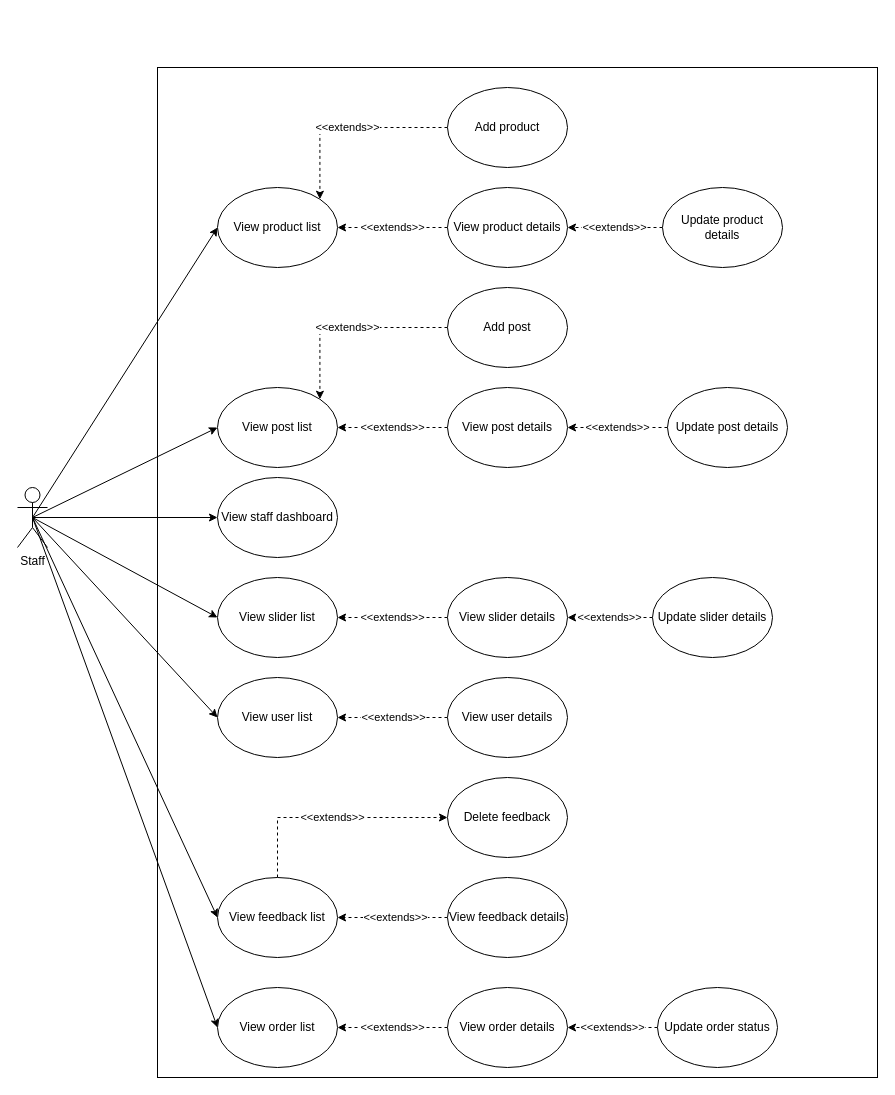
The draw.io diagram misc/diagram/actor/staff.drawio in WilliamBC24/ShoppingWebSolo, before the edit. Source tidied: cells renumbered, new cells numbered last; positions are measured from the earlier drawing's top-left corner, leaving out a move shared by most shapes. Both pictures are drawn from the tidied source at 100%, with x=0, y=0 at pixel (17, 67).
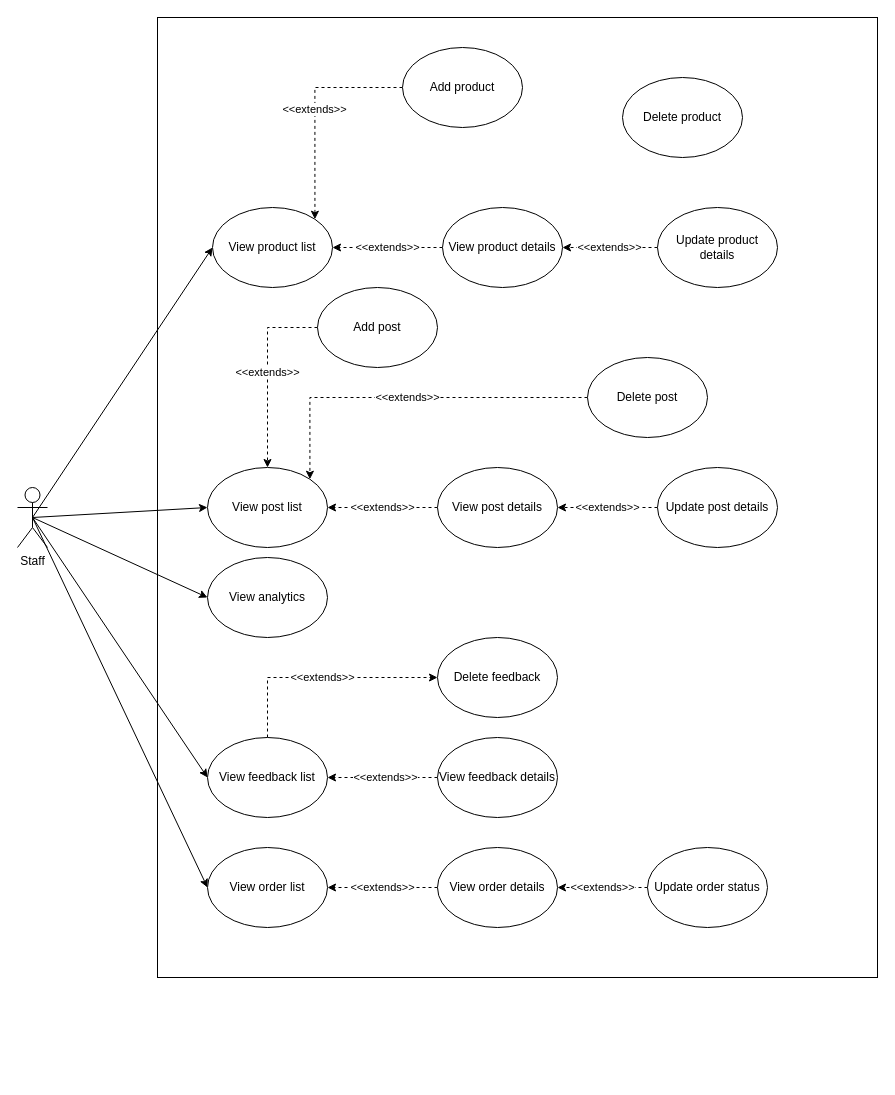
Above is the later version.

The change refers to these unchanged cells:
```xml
<mxCell id="10" value="Staff&lt;div&gt;&lt;br&gt;&lt;/div&gt;" style="shape=umlActor;verticalLabelPosition=bottom;verticalAlign=top;html=1;outlineConnect=0;" parent="1" vertex="1">
  <mxGeometry y="420" width="30" height="60" as="geometry" />
</mxCell>
```

The edit, as a diff of the source:
```diff
@@
-    <mxCell id="2" style="rounded=0;whiteSpace=wrap;html=1;" parent="1" vertex="1">
-      <mxGeometry x="140" width="720" height="1010" as="geometry" />
-    </mxCell>
+    <mxCell id="44" style="rounded=0;whiteSpace=wrap;html=1;" parent="1" vertex="1">
+      <mxGeometry x="140" y="-50" width="720" height="960" as="geometry" />
+    </mxCell>
@@
-    <mxCell id="5" style="edgeStyle=none;rounded=0;jettySize=auto;html=1;exitX=0.5;exitY=0.5;exitDx=0;exitDy=0;exitPerimeter=0;entryX=0;entryY=0.5;entryDx=0;entryDy=0;" parent="1" edge="1" source="10" target="11">
-      <mxGeometry relative="1" as="geometry" />
-    </mxCell>
-    <mxCell id="6" style="edgeStyle=none;rounded=0;jettySize=auto;html=1;exitX=0.5;exitY=0.5;exitDx=0;exitDy=0;exitPerimeter=0;entryX=0;entryY=0.5;entryDx=0;entryDy=0;" parent="1" edge="1" source="10" target="19">
-      <mxGeometry relative="1" as="geometry" />
-    </mxCell>
-    <mxCell id="7" style="edgeStyle=none;rounded=0;jettySize=auto;html=1;exitX=0.5;exitY=0.5;exitDx=0;exitDy=0;exitPerimeter=0;entryX=0;entryY=0.5;entryDx=0;entryDy=0;" parent="1" edge="1" source="10" target="21">
-      <mxGeometry relative="1" as="geometry" />
-    </mxCell>
+    <mxCell id="45" style="edgeStyle=none;rounded=0;jettySize=auto;html=1;exitX=0.5;exitY=0.5;exitDx=0;exitDy=0;exitPerimeter=0;entryX=0;entryY=0.5;entryDx=0;entryDy=0;" parent="1" edge="1" source="10" target="46">
+      <mxGeometry relative="1" as="geometry" />
+    </mxCell>
@@
-    <mxCell id="11" value="View staff dashboard" style="ellipse;whiteSpace=wrap;html=1;" parent="1" vertex="1">
-      <mxGeometry x="200" y="410" width="120" height="80" as="geometry" />
-    </mxCell>
+    <mxCell id="46" value="View analytics" style="ellipse;whiteSpace=wrap;html=1;" parent="1" vertex="1">
+      <mxGeometry x="190" y="490" width="120" height="80" as="geometry" />
+    </mxCell>
@@
-    <mxCell id="13" value="&amp;lt;&amp;lt;extends&amp;gt;&amp;gt;" style="rounded=0;jettySize=auto;html=1;exitX=0;exitY=0.5;exitDx=0;exitDy=0;entryX=1;entryY=0;entryDx=0;entryDy=0;dashed=1;edgeStyle=orthogonalEdgeStyle;" parent="1" edge="1" source="36" target="14">
-      <mxGeometry relative="1" as="geometry" />
+    <mxCell id="13" value="&amp;lt;&amp;lt;extends&amp;gt;&amp;gt;" style="rounded=0;jettySize=auto;html=1;exitX=0;exitY=0.5;exitDx=0;exitDy=0;entryX=0.5;entryY=0;entryDx=0;entryDy=0;dashed=1;edgeStyle=orthogonalEdgeStyle;" parent="1" edge="1" source="36" target="14">
+      <mxGeometry relative="1" as="geometry">
+        <Array as="points">
+          <mxPoint x="250" y="260" />
+        </Array>
+      </mxGeometry>
     </mxCell>
     <mxCell id="14" value="View post list" style="ellipse;whiteSpace=wrap;html=1;" parent="1" vertex="1">
-      <mxGeometry x="200" y="320" width="120" height="80" as="geometry" />
+      <mxGeometry x="190" y="400" width="120" height="80" as="geometry" />
     </mxCell>
@@
     <mxCell id="17" value="View product list" style="ellipse;whiteSpace=wrap;html=1;" parent="1" vertex="1">
-      <mxGeometry x="200" y="120" width="120" height="80" as="geometry" />
+      <mxGeometry x="195" y="140" width="120" height="80" as="geometry" />
     </mxCell>
-    <mxCell id="18" value="&amp;lt;&amp;lt;extends&amp;gt;&amp;gt;" style="edgeStyle=none;rounded=0;jettySize=auto;html=1;exitX=0;exitY=0.5;exitDx=0;exitDy=0;entryX=1;entryY=0.5;entryDx=0;entryDy=0;dashed=1;" parent="1" edge="1" source="31" target="19">
-      <mxGeometry relative="1" as="geometry" />
-    </mxCell>
-    <mxCell id="19" value="View slider list" style="ellipse;whiteSpace=wrap;html=1;" parent="1" vertex="1">
-      <mxGeometry x="200" y="510" width="120" height="80" as="geometry" />
-    </mxCell>
-    <mxCell id="20" value="&amp;lt;&amp;lt;extends&amp;gt;&amp;gt;" style="edgeStyle=none;rounded=0;jettySize=auto;html=1;exitX=0;exitY=0.5;exitDx=0;exitDy=0;entryX=1;entryY=0.5;entryDx=0;entryDy=0;dashed=1;" parent="1" edge="1" source="29" target="21">
-      <mxGeometry x="-0.01" relative="1" as="geometry" />
-    </mxCell>
-    <mxCell id="21" value="View user list" style="ellipse;whiteSpace=wrap;html=1;" parent="1" vertex="1">
-      <mxGeometry x="200" y="610" width="120" height="80" as="geometry" />
-    </mxCell>
+    <mxCell id="47" value="&amp;lt;&amp;lt;extends&amp;gt;&amp;gt;" style="edgeStyle=none;rounded=0;orthogonalLoop=1;jettySize=auto;html=1;exitX=0;exitY=0.5;exitDx=0;exitDy=0;entryX=1;entryY=0.5;entryDx=0;entryDy=0;dashed=1;" parent="1" edge="1">
+      <mxGeometry relative="1" as="geometry">
+        <mxPoint x="320" y="550" as="targetPoint" />
+      </mxGeometry>
+    </mxCell>
@@
     <mxCell id="24" value="View feedback list" style="ellipse;whiteSpace=wrap;html=1;" parent="1" vertex="1">
-      <mxGeometry x="200" y="810" width="120" height="80" as="geometry" />
+      <mxGeometry x="190" y="670" width="120" height="80" as="geometry" />
     </mxCell>
@@
     <mxCell id="26" value="View product details" style="ellipse;whiteSpace=wrap;html=1;" parent="1" vertex="1">
-      <mxGeometry x="430" y="120" width="120" height="80" as="geometry" />
+      <mxGeometry x="425" y="140" width="120" height="80" as="geometry" />
     </mxCell>
@@
     <mxCell id="28" value="View post details" style="ellipse;whiteSpace=wrap;html=1;" parent="1" vertex="1">
-      <mxGeometry x="430" y="320" width="120" height="80" as="geometry" />
+      <mxGeometry x="420" y="400" width="120" height="80" as="geometry" />
     </mxCell>
-    <mxCell id="29" value="View user details" style="ellipse;whiteSpace=wrap;html=1;" parent="1" vertex="1">
-      <mxGeometry x="430" y="610" width="120" height="80" as="geometry" />
-    </mxCell>
-    <mxCell id="30" value="&amp;lt;&amp;lt;extends&amp;gt;&amp;gt;" style="edgeStyle=none;rounded=0;jettySize=auto;html=1;exitX=0;exitY=0.5;exitDx=0;exitDy=0;entryX=1;entryY=0.5;entryDx=0;entryDy=0;dashed=1;" parent="1" edge="1" source="35" target="31">
-      <mxGeometry relative="1" as="geometry" />
-    </mxCell>
-    <mxCell id="31" value="View slider details" style="ellipse;whiteSpace=wrap;html=1;" parent="1" vertex="1">
-      <mxGeometry x="430" y="510" width="120" height="80" as="geometry" />
-    </mxCell>
+    <mxCell id="48" value="&amp;lt;&amp;lt;extends&amp;gt;&amp;gt;" style="edgeStyle=none;rounded=0;orthogonalLoop=1;jettySize=auto;html=1;exitX=0;exitY=0.5;exitDx=0;exitDy=0;entryX=1;entryY=0.5;entryDx=0;entryDy=0;dashed=1;" parent="1" edge="1">
+      <mxGeometry relative="1" as="geometry">
+        <mxPoint x="635" y="550" as="sourcePoint" />
+      </mxGeometry>
+    </mxCell>
     <mxCell id="32" value="View feedback details" style="ellipse;whiteSpace=wrap;html=1;" parent="1" vertex="1">
-      <mxGeometry x="430" y="810" width="120" height="80" as="geometry" />
+      <mxGeometry x="420" y="670" width="120" height="80" as="geometry" />
     </mxCell>
     <mxCell id="33" value="Update product details" style="ellipse;whiteSpace=wrap;html=1;" parent="1" vertex="1">
-      <mxGeometry x="645" y="120" width="120" height="80" as="geometry" />
+      <mxGeometry x="640" y="140" width="120" height="80" as="geometry" />
     </mxCell>
     <mxCell id="34" value="Update post details" style="ellipse;whiteSpace=wrap;html=1;" parent="1" vertex="1">
-      <mxGeometry x="650" y="320" width="120" height="80" as="geometry" />
+      <mxGeometry x="640" y="400" width="120" height="80" as="geometry" />
     </mxCell>
-    <mxCell id="35" value="Update slider details" style="ellipse;whiteSpace=wrap;html=1;" parent="1" vertex="1">
-      <mxGeometry x="635" y="510" width="120" height="80" as="geometry" />
-    </mxCell>
     <mxCell id="36" value="Add post" style="ellipse;whiteSpace=wrap;html=1;" parent="1" vertex="1">
-      <mxGeometry x="430" y="220" width="120" height="80" as="geometry" />
+      <mxGeometry x="300" y="220" width="120" height="80" as="geometry" />
     </mxCell>
     <mxCell id="37" value="Add product" style="ellipse;whiteSpace=wrap;html=1;" parent="1" vertex="1">
-      <mxGeometry x="430" y="20" width="120" height="80" as="geometry" />
+      <mxGeometry x="385" y="-20" width="120" height="80" as="geometry" />
     </mxCell>
@@
     <mxCell id="39" value="View order list" style="ellipse;whiteSpace=wrap;html=1;" parent="1" vertex="1">
-      <mxGeometry x="200" y="920" width="120" height="80" as="geometry" />
+      <mxGeometry x="190" y="780" width="120" height="80" as="geometry" />
     </mxCell>
@@
     <mxCell id="41" value="View order details" style="ellipse;whiteSpace=wrap;html=1;" parent="1" vertex="1">
-      <mxGeometry x="430" y="920" width="120" height="80" as="geometry" />
+      <mxGeometry x="420" y="780" width="120" height="80" as="geometry" />
     </mxCell>
     <mxCell id="42" value="Update order status" style="ellipse;whiteSpace=wrap;html=1;" parent="1" vertex="1">
-      <mxGeometry x="640" y="920" width="120" height="80" as="geometry" />
+      <mxGeometry x="630" y="780" width="120" height="80" as="geometry" />
     </mxCell>
     <mxCell id="43" value="Delete feedback" style="ellipse;whiteSpace=wrap;html=1;" parent="1" vertex="1">
-      <mxGeometry x="430" y="710" width="120" height="80" as="geometry" />
+      <mxGeometry x="420" y="570" width="120" height="80" as="geometry" />
     </mxCell>
+    <mxCell id="49" value="Delete product" style="ellipse;whiteSpace=wrap;html=1;" parent="1" vertex="1">
+      <mxGeometry x="605" y="10" width="120" height="80" as="geometry" />
+    </mxCell>
+    <mxCell id="50" value="&amp;lt;&amp;lt;extends&amp;gt;&amp;gt;" style="edgeStyle=orthogonalEdgeStyle;rounded=0;jettySize=auto;html=1;exitX=0;exitY=0.5;exitDx=0;exitDy=0;entryX=1;entryY=0;entryDx=0;entryDy=0;dashed=1;" parent="1" edge="1" source="51" target="14">
+      <mxGeometry relative="1" as="geometry" />
+    </mxCell>
+    <mxCell id="51" value="Delete post" style="ellipse;whiteSpace=wrap;html=1;" parent="1" vertex="1">
+      <mxGeometry x="570" y="290" width="120" height="80" as="geometry" />
+    </mxCell>
```
